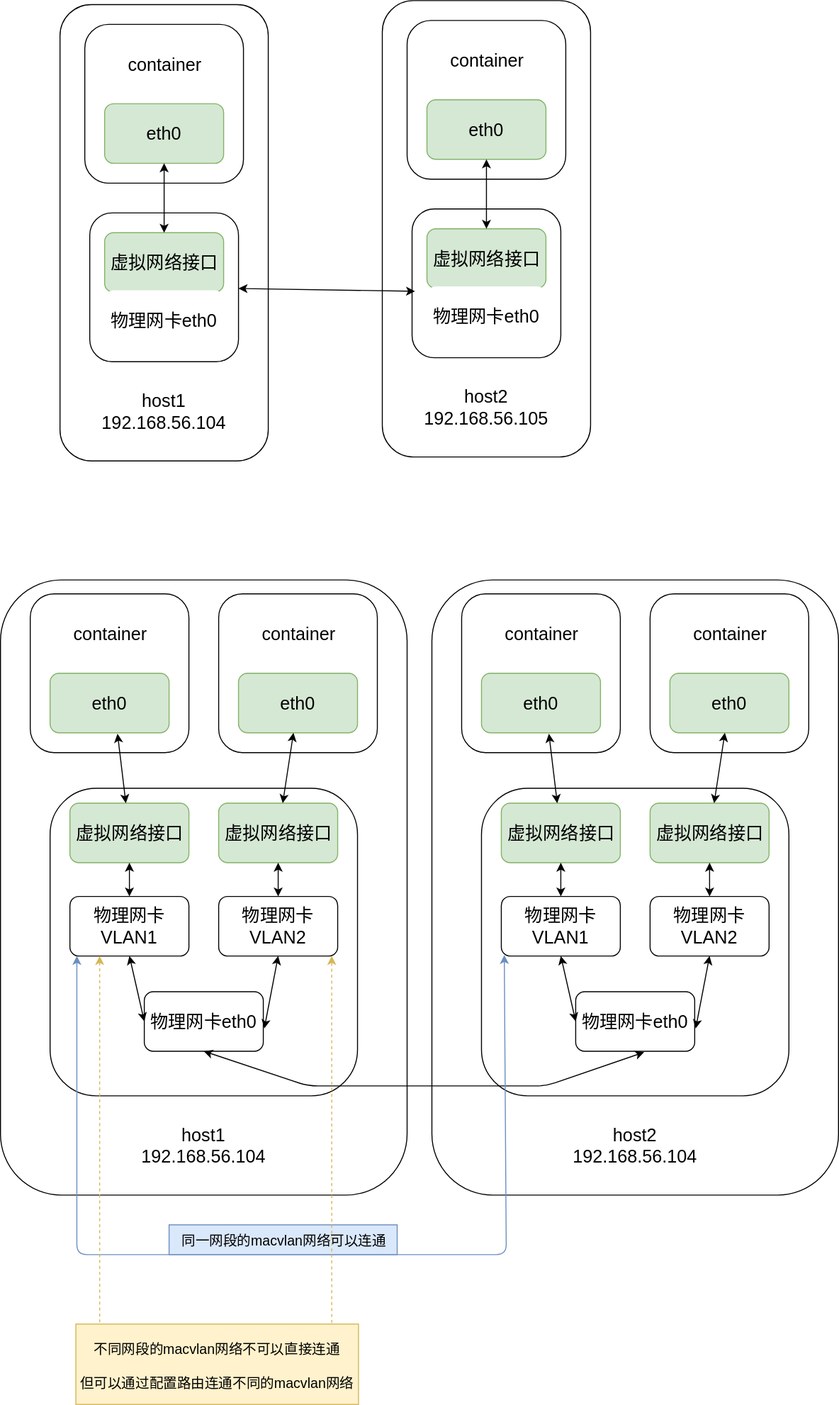
Before: docker/macvlan.svg, a diagram exported from draw.io (lanzhiwang/awesome-huzhi). Source tidied: cells renumbered, new cells last; positions are measured from the earlier drawing's top-left corner, leaving out a move shared by most shapes.
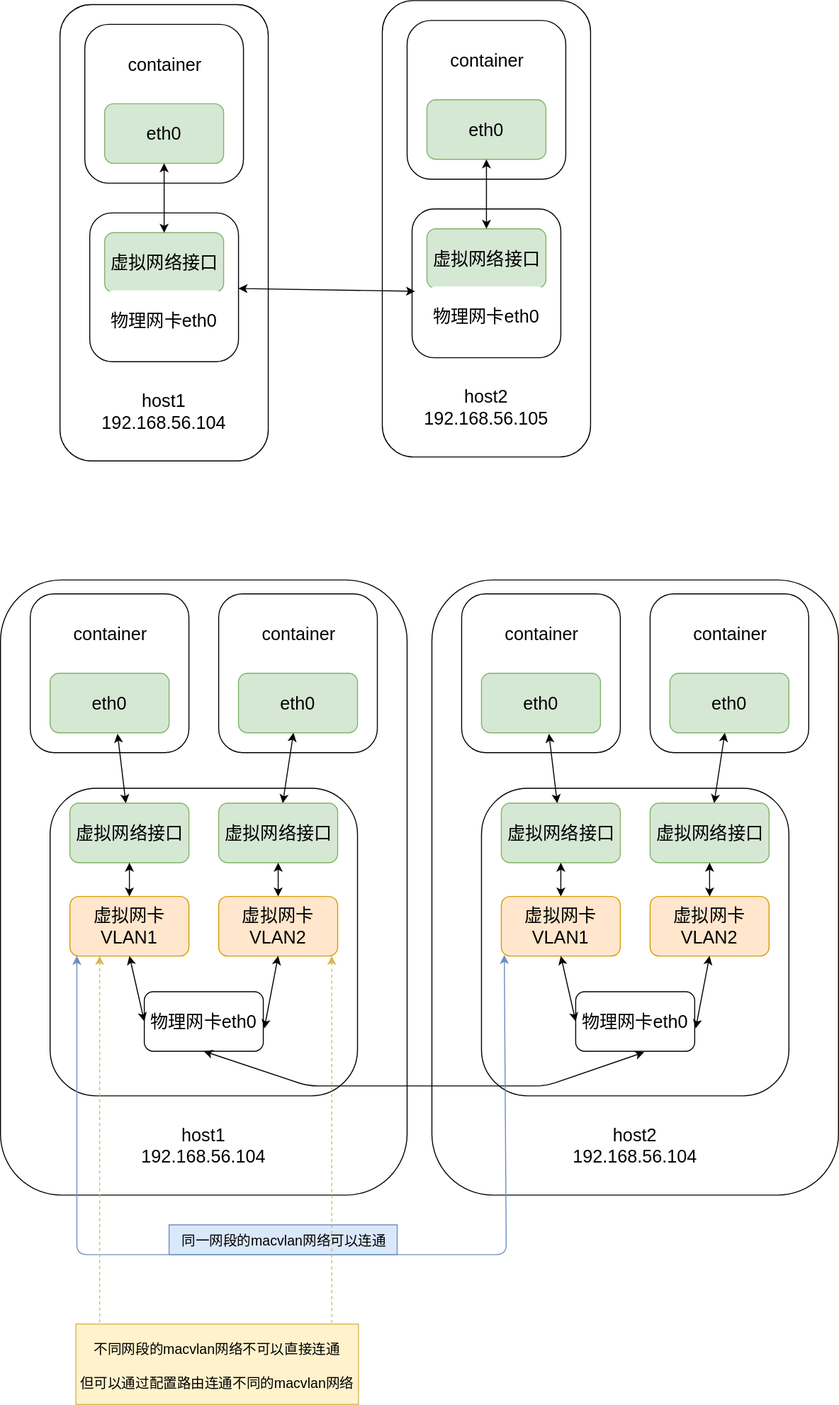
After the change.

Commit message:
docker network

Diff of the diagram source:
```diff
@@ -92,13 +92,13 @@
     <mxCell id="31" value="&lt;font style=&quot;font-size: 18px&quot;&gt;container&lt;/font&gt;" style="rounded=1;whiteSpace=wrap;html=1;strokeColor=none;" parent="1" vertex="1">
       <mxGeometry x="240" y="608" width="120" height="60" as="geometry" />
     </mxCell>
-    <mxCell id="32" value="&lt;span&gt;&lt;font style=&quot;font-size: 18px&quot;&gt;物理网卡VLAN1&lt;/font&gt;&lt;/span&gt;&lt;br&gt;" style="rounded=1;whiteSpace=wrap;html=1;strokeColor=#000000;" parent="1" vertex="1">
+    <mxCell id="32" value="&lt;span&gt;&lt;font style=&quot;font-size: 18px&quot;&gt;虚拟网卡VLAN1&lt;/font&gt;&lt;/span&gt;&lt;br&gt;" style="rounded=1;whiteSpace=wrap;html=1;strokeColor=#d79b00;fillColor=#ffe6cc;" parent="1" vertex="1">
       <mxGeometry x="70" y="903" width="120" height="60" as="geometry" />
     </mxCell>
     <mxCell id="33" value="&lt;font style=&quot;font-size: 18px&quot;&gt;虚拟网络接口&lt;/font&gt;" style="rounded=1;whiteSpace=wrap;html=1;fillColor=#d5e8d4;strokeColor=#82b366;" parent="1" vertex="1">
       <mxGeometry x="220" y="809" width="120" height="60" as="geometry" />
     </mxCell>
-    <mxCell id="34" value="&lt;span&gt;&lt;font style=&quot;font-size: 18px&quot;&gt;物理网卡VLAN2&lt;/font&gt;&lt;/span&gt;&lt;br&gt;" style="rounded=1;whiteSpace=wrap;html=1;strokeColor=#000000;" parent="1" vertex="1">
+    <mxCell id="34" value="&lt;span&gt;&lt;font style=&quot;font-size: 18px&quot;&gt;虚拟网卡VLAN2&lt;/font&gt;&lt;/span&gt;&lt;br&gt;" style="rounded=1;whiteSpace=wrap;html=1;strokeColor=#d79b00;fillColor=#ffe6cc;" parent="1" vertex="1">
       <mxGeometry x="220" y="903" width="120" height="60" as="geometry" />
     </mxCell>
     <mxCell id="35" style="endArrow=classic;startArrow=classic;html=1;entryX=0.5;entryY=1;exitX=0.5;exitY=0;" parent="1" edge="1" source="32" target="24">
@@ -152,13 +152,13 @@
     <mxCell id="51" value="&lt;font style=&quot;font-size: 18px&quot;&gt;container&lt;/font&gt;" style="rounded=1;whiteSpace=wrap;html=1;strokeColor=none;" parent="1" vertex="1">
       <mxGeometry x="675" y="608" width="120" height="60" as="geometry" />
     </mxCell>
-    <mxCell id="52" value="&lt;span&gt;&lt;font style=&quot;font-size: 18px&quot;&gt;物理网卡VLAN1&lt;/font&gt;&lt;/span&gt;&lt;br&gt;" style="rounded=1;whiteSpace=wrap;html=1;strokeColor=#000000;" parent="1" vertex="1">
+    <mxCell id="52" value="&lt;span&gt;&lt;font style=&quot;font-size: 18px&quot;&gt;虚拟网卡VLAN1&lt;/font&gt;&lt;/span&gt;&lt;br&gt;" style="rounded=1;whiteSpace=wrap;html=1;strokeColor=#d79b00;fillColor=#ffe6cc;" parent="1" vertex="1">
       <mxGeometry x="505" y="903" width="120" height="60" as="geometry" />
     </mxCell>
     <mxCell id="53" value="&lt;font style=&quot;font-size: 18px&quot;&gt;虚拟网络接口&lt;/font&gt;" style="rounded=1;whiteSpace=wrap;html=1;fillColor=#d5e8d4;strokeColor=#82b366;" parent="1" vertex="1">
       <mxGeometry x="655" y="809" width="120" height="60" as="geometry" />
     </mxCell>
-    <mxCell id="54" value="&lt;span&gt;&lt;font style=&quot;font-size: 18px&quot;&gt;物理网卡VLAN2&lt;/font&gt;&lt;/span&gt;&lt;br&gt;" style="rounded=1;whiteSpace=wrap;html=1;strokeColor=#000000;" parent="1" vertex="1">
+    <mxCell id="54" value="&lt;span&gt;&lt;font style=&quot;font-size: 18px&quot;&gt;虚拟网卡VLAN2&lt;/font&gt;&lt;/span&gt;&lt;br&gt;" style="rounded=1;whiteSpace=wrap;html=1;strokeColor=#d79b00;fillColor=#ffe6cc;" parent="1" vertex="1">
       <mxGeometry x="655" y="903" width="120" height="60" as="geometry" />
     </mxCell>
     <mxCell id="55" style="endArrow=classic;startArrow=classic;html=1;entryX=0.5;entryY=1;exitX=0.5;exitY=0;" parent="1" edge="1" source="52" target="44">
```
